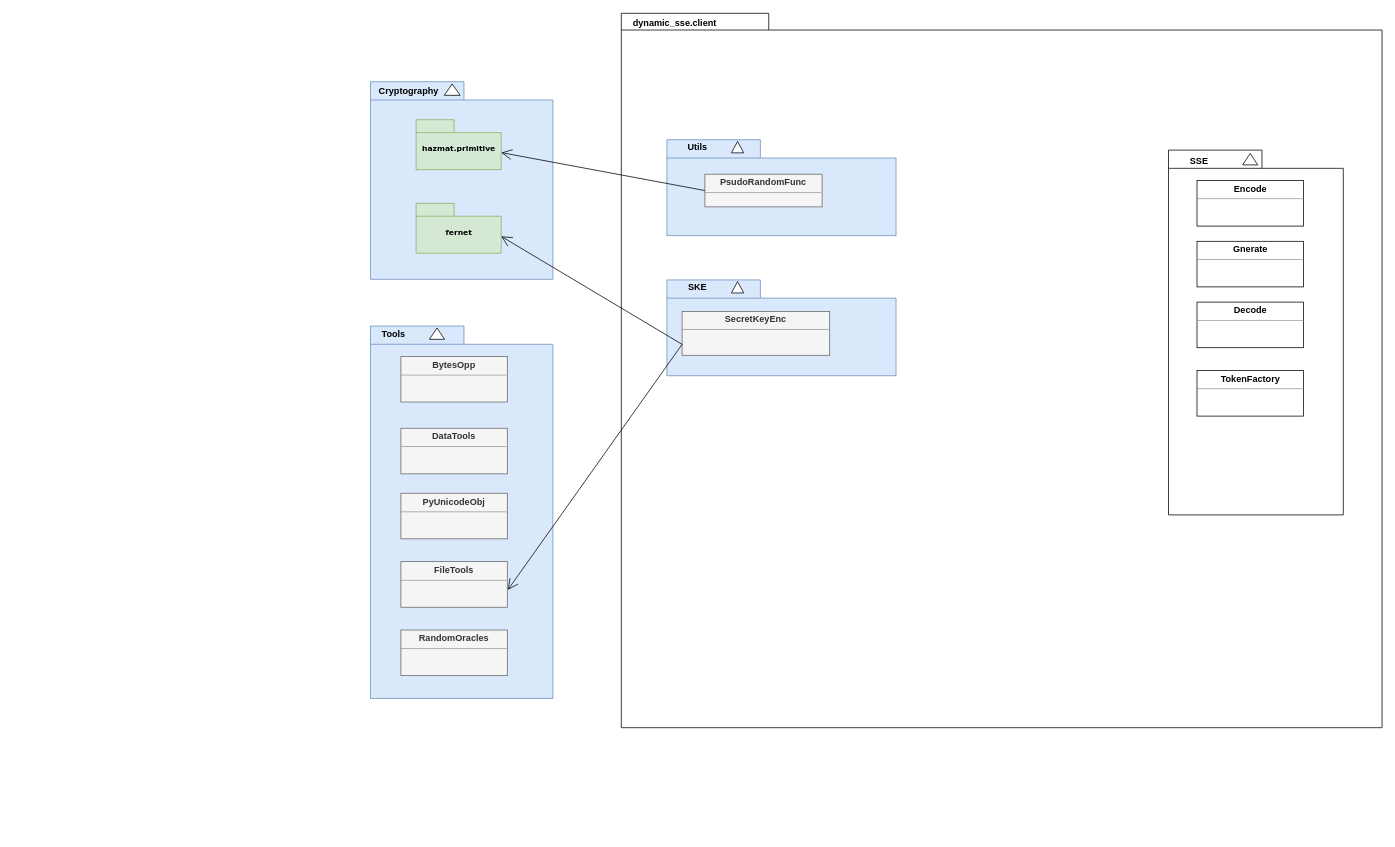
Before: diagrams/structural/client_package.drawio in thisisel/dynamic-sse, a draw.io diagram. Source tidied: cells renumbered, new cells numbered last; positions are measured from the earlier drawing's top-left corner, leaving out a move shared by most shapes. Both pictures are drawn from the tidied source at 76%, with x=0, y=0 at pixel (363, 13).
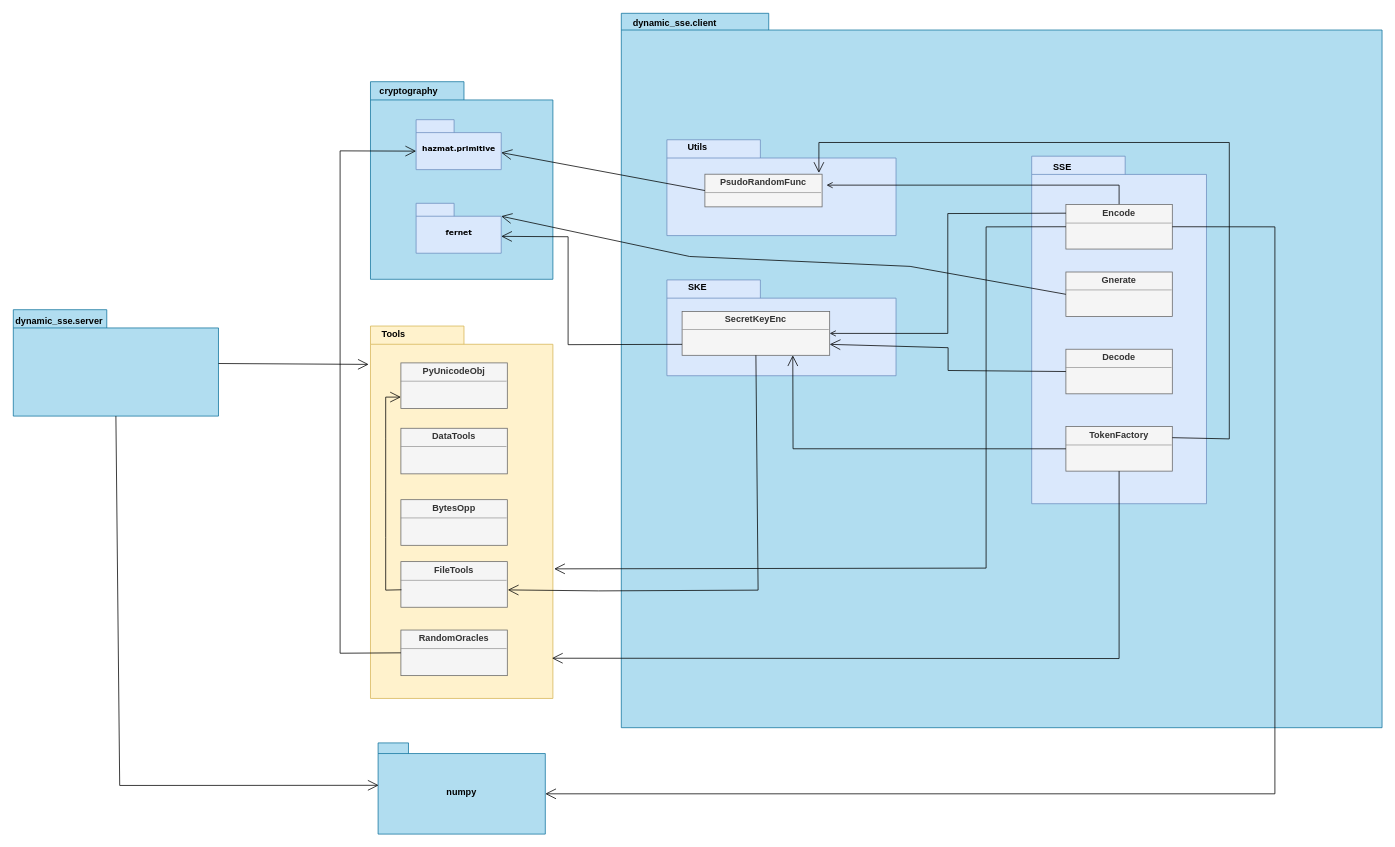
The same page after the edit.

Unchanged cells that the change refers to:
```xml
<mxCell id="2" style="group;" parent="1" vertex="1">
  <mxGeometry y="90" width="280" height="260" as="geometry" />
</mxCell>
<mxCell id="9" style="group;" parent="8" vertex="1">
  <mxGeometry width="301.5" height="126.9" as="geometry" />
</mxCell>
<mxCell id="25" style="group;" parent="1" vertex="1">
  <mxGeometry x="400" y="350" width="301.5" height="126.9" as="geometry" />
</mxCell>
<mxCell id="28" value="&lt;p style=&quot;margin:0px;margin-top:4px;text-align:center;&quot;&gt;&lt;b&gt;SecretKeyEnc&lt;/b&gt;&lt;/p&gt;&lt;hr size=&quot;1&quot;&gt;&lt;p style=&quot;margin:0px;margin-left:4px;&quot;&gt;&lt;/p&gt;&lt;p style=&quot;margin:0px;margin-left:4px;&quot;&gt;&lt;br&gt;&lt;/p&gt;" style="verticalAlign=top;align=left;overflow=fill;fontSize=12;fontFamily=Helvetica;html=1;whiteSpace=wrap;fillColor=#f5f5f5;fontColor=#333333;strokeColor=#666666;" parent="25" vertex="1">
  <mxGeometry x="20" y="42.4" width="194.2" height="57.6" as="geometry" />
</mxCell>
<mxCell id="37" value="&lt;p style=&quot;margin:0px;margin-top:4px;text-align:center;&quot;&gt;&lt;b&gt;FileTools&lt;/b&gt;&lt;/p&gt;&lt;hr size=&quot;1&quot;&gt;&lt;div style=&quot;height:2px;&quot;&gt;&lt;/div&gt;" style="verticalAlign=top;align=left;overflow=fill;fontSize=12;fontFamily=Helvetica;html=1;whiteSpace=wrap;fillColor=#f5f5f5;fontColor=#333333;strokeColor=#666666;" parent="1" vertex="1">
  <mxGeometry x="50" y="721.5" width="140" height="60" as="geometry" />
</mxCell>
<mxCell id="38" value="&lt;p style=&quot;margin:0px;margin-top:4px;text-align:center;&quot;&gt;&lt;b&gt;RandomOracles&lt;/b&gt;&lt;/p&gt;&lt;hr size=&quot;1&quot;&gt;&lt;div style=&quot;height:2px;&quot;&gt;&lt;/div&gt;" style="verticalAlign=top;align=left;overflow=fill;fontSize=12;fontFamily=Helvetica;html=1;whiteSpace=wrap;fillColor=#f5f5f5;fontColor=#333333;strokeColor=#666666;" parent="1" vertex="1">
  <mxGeometry x="50" y="811.5" width="140" height="60" as="geometry" />
</mxCell>
```

Diff of the diagram source:
```diff
@@
+    <mxCell id="15" style="shape=folder;fontStyle=1;spacingTop=10;tabWidth=194;tabHeight=22;tabPosition=left;html=1;rounded=0;shadow=0;comic=0;labelBackgroundColor=none;strokeWidth=1;fillColor=#b1ddf0;fontFamily=Verdana;fontSize=10;align=center;strokeColor=#10739e;" parent="1" vertex="1">
+      <mxGeometry x="340" width="1001" height="940" as="geometry" />
+    </mxCell>
@@
-    <mxCell id="3" style="shape=folder;fontStyle=1;spacingTop=10;tabWidth=123;tabHeight=24;tabPosition=left;html=1;rounded=0;shadow=0;comic=0;labelBackgroundColor=none;strokeWidth=1;fontFamily=Verdana;fontSize=10;align=center;fillColor=#dae8fc;strokeColor=#6c8ebf;" parent="2" vertex="1">
+    <mxCell id="3" style="shape=folder;fontStyle=1;spacingTop=10;tabWidth=123;tabHeight=24;tabPosition=left;html=1;rounded=0;shadow=0;comic=0;labelBackgroundColor=none;strokeWidth=1;fontFamily=Verdana;fontSize=10;align=center;fillColor=#b1ddf0;strokeColor=#10739e;" parent="2" vertex="1">
       <mxGeometry x="10" width="240" height="260" as="geometry" />
     </mxCell>
-    <mxCell id="4" style="triangle;whiteSpace=wrap;html=1;rounded=0;shadow=0;comic=0;labelBackgroundColor=none;strokeWidth=1;fontFamily=Verdana;fontSize=10;align=center;rotation=-90;" parent="2" vertex="1">
-      <mxGeometry x="110" width="15" height="20.9" as="geometry" />
-    </mxCell>
-    <mxCell id="5" value="hazmat.primitive" style="shape=folder;fontStyle=1;spacingTop=10;tabWidth=50;tabHeight=17;tabPosition=left;html=1;rounded=0;shadow=0;comic=0;labelBackgroundColor=none;strokeWidth=1;fontFamily=Verdana;fontSize=10;align=center;fillColor=#d5e8d4;strokeColor=#82b366;" parent="2" vertex="1">
+    <mxCell id="5" value="hazmat.primitive" style="shape=folder;fontStyle=1;spacingTop=10;tabWidth=50;tabHeight=17;tabPosition=left;html=1;rounded=0;shadow=0;comic=0;labelBackgroundColor=none;strokeWidth=1;fontFamily=Verdana;fontSize=10;align=center;fillColor=#dae8fc;strokeColor=#6c8ebf;" parent="2" vertex="1">
       <mxGeometry x="70" y="50" width="112" height="65.7" as="geometry" />
     </mxCell>
-    <mxCell id="6" value="fernet" style="shape=folder;fontStyle=1;spacingTop=10;tabWidth=50;tabHeight=17;tabPosition=left;html=1;rounded=0;shadow=0;comic=0;labelBackgroundColor=none;strokeWidth=1;fontFamily=Verdana;fontSize=10;align=center;fillColor=#d5e8d4;strokeColor=#82b366;" parent="2" vertex="1">
+    <mxCell id="6" value="fernet" style="shape=folder;fontStyle=1;spacingTop=10;tabWidth=50;tabHeight=17;tabPosition=left;html=1;rounded=0;shadow=0;comic=0;labelBackgroundColor=none;strokeWidth=1;fontFamily=Verdana;fontSize=10;align=center;fillColor=#dae8fc;strokeColor=#6c8ebf;" parent="2" vertex="1">
       <mxGeometry x="70" y="160" width="112" height="65.7" as="geometry" />
     </mxCell>
-    <mxCell id="7" value="Cryptography" style="text;align=center;fontStyle=1;verticalAlign=middle;spacingLeft=3;spacingRight=3;strokeColor=none;html=1;" parent="2" vertex="1">
+    <mxCell id="7" value="cryptography" style="text;align=center;fontStyle=1;verticalAlign=middle;spacingLeft=3;spacingRight=3;strokeColor=none;html=1;" parent="2" vertex="1">
       <mxGeometry x="20" width="80" height="26" as="geometry" />
     </mxCell>
@@
-    <mxCell id="11" style="triangle;whiteSpace=wrap;html=1;rounded=0;shadow=0;comic=0;labelBackgroundColor=none;strokeWidth=1;fontFamily=Verdana;fontSize=10;align=center;rotation=-90;" parent="9" vertex="1">
-      <mxGeometry x="85.5" y="2.4" width="15" height="16.2" as="geometry" />
-    </mxCell>
@@
-    <mxCell id="14" style="shape=folder;fontStyle=1;spacingTop=10;tabWidth=123;tabHeight=24;tabPosition=left;html=1;rounded=0;shadow=0;comic=0;labelBackgroundColor=none;strokeColor=#6c8ebf;strokeWidth=1;fillColor=#dae8fc;fontFamily=Verdana;fontSize=10;align=center;" parent="1" vertex="1">
+    <mxCell id="14" style="shape=folder;fontStyle=1;spacingTop=10;tabWidth=123;tabHeight=24;tabPosition=left;html=1;rounded=0;shadow=0;comic=0;labelBackgroundColor=none;strokeColor=#d6b656;strokeWidth=1;fillColor=#fff2cc;fontFamily=Verdana;fontSize=10;align=center;" parent="1" vertex="1">
       <mxGeometry x="10" y="411.5" width="240" height="490" as="geometry" />
     </mxCell>
-    <mxCell id="15" style="shape=folder;fontStyle=1;spacingTop=10;tabWidth=194;tabHeight=22;tabPosition=left;html=1;rounded=0;shadow=0;comic=0;labelBackgroundColor=none;strokeWidth=1;fillColor=none;fontFamily=Verdana;fontSize=10;align=center;" parent="1" vertex="1">
-      <mxGeometry x="340" width="1001" height="940" as="geometry" />
-    </mxCell>
     <mxCell id="16" style="group;" parent="1" vertex="1">
-      <mxGeometry x="1060" y="180" width="230" height="480" as="geometry" />
+      <mxGeometry x="880" y="188" width="230" height="470" as="geometry" />
     </mxCell>
-    <mxCell id="17" style="shape=folder;fontStyle=1;spacingTop=10;tabWidth=123;tabHeight=24;tabPosition=left;html=1;rounded=0;shadow=0;comic=0;labelBackgroundColor=none;strokeWidth=1;fontFamily=Verdana;fontSize=10;align=center;" parent="16" vertex="1">
-      <mxGeometry width="230" height="480" as="geometry" />
+    <mxCell id="17" style="shape=folder;fontStyle=1;spacingTop=10;tabWidth=123;tabHeight=24;tabPosition=left;html=1;rounded=0;shadow=0;comic=0;labelBackgroundColor=none;strokeWidth=1;fontFamily=Verdana;fontSize=10;align=center;fillColor=#dae8fc;strokeColor=#6c8ebf;" parent="16" vertex="1">
+      <mxGeometry width="230" height="457.3" as="geometry" />
     </mxCell>
-    <mxCell id="18" style="triangle;whiteSpace=wrap;html=1;rounded=0;shadow=0;comic=0;labelBackgroundColor=none;strokeWidth=1;fontFamily=Verdana;fontSize=10;align=center;rotation=-90;" parent="16" vertex="1">
-      <mxGeometry x="100" y="2" width="15" height="20" as="geometry" />
-    </mxCell>
+    <mxCell id="41" style="edgeStyle=orthogonalEdgeStyle;rounded=0;jettySize=auto;html=1;endArrow=open;endFill=0;" parent="16" edge="1" source="19">
+      <mxGeometry relative="1" as="geometry">
+        <mxPoint x="-270" y="38.1" as="targetPoint" />
+        <Array as="points">
+          <mxPoint x="115" y="38.1" />
+        </Array>
+      </mxGeometry>
+    </mxCell>
-    <mxCell id="19" value="&lt;p style=&quot;margin:0px;margin-top:4px;text-align:center;&quot;&gt;&lt;b&gt;Encode&lt;/b&gt;&lt;/p&gt;&lt;hr size=&quot;1&quot;&gt;&lt;div style=&quot;height:2px;&quot;&gt;&lt;/div&gt;" style="verticalAlign=top;align=left;overflow=fill;fontSize=12;fontFamily=Helvetica;html=1;whiteSpace=wrap;" parent="16" vertex="1">
-      <mxGeometry x="37.5" y="40" width="140" height="60" as="geometry" />
+    <mxCell id="19" value="&lt;p style=&quot;margin:0px;margin-top:4px;text-align:center;&quot;&gt;&lt;b&gt;Encode&lt;/b&gt;&lt;/p&gt;&lt;hr size=&quot;1&quot;&gt;&lt;div style=&quot;height:2px;&quot;&gt;&lt;/div&gt;" style="verticalAlign=top;align=left;overflow=fill;fontSize=12;fontFamily=Helvetica;html=1;whiteSpace=wrap;fillColor=#f5f5f5;fontColor=#333333;strokeColor=#666666;" parent="16" vertex="1">
+      <mxGeometry x="45" y="63.5" width="140" height="58.7" as="geometry" />
     </mxCell>
-    <mxCell id="20" value="&lt;p style=&quot;margin:0px;margin-top:4px;text-align:center;&quot;&gt;&lt;b&gt;Gnerate&lt;/b&gt;&lt;/p&gt;&lt;hr size=&quot;1&quot;&gt;&lt;div style=&quot;height:2px;&quot;&gt;&lt;/div&gt;" style="verticalAlign=top;align=left;overflow=fill;fontSize=12;fontFamily=Helvetica;html=1;whiteSpace=wrap;" parent="16" vertex="1">
-      <mxGeometry x="37.5" y="120" width="140" height="60" as="geometry" />
+    <mxCell id="20" value="&lt;p style=&quot;margin:0px;margin-top:4px;text-align:center;&quot;&gt;&lt;b&gt;Gnerate&lt;/b&gt;&lt;/p&gt;&lt;hr size=&quot;1&quot;&gt;&lt;div style=&quot;height:2px;&quot;&gt;&lt;/div&gt;" style="verticalAlign=top;align=left;overflow=fill;fontSize=12;fontFamily=Helvetica;html=1;whiteSpace=wrap;fillColor=#f5f5f5;fontColor=#333333;strokeColor=#666666;" parent="16" vertex="1">
+      <mxGeometry x="45" y="152.4" width="140" height="58.7" as="geometry" />
     </mxCell>
-    <mxCell id="21" value="&lt;p style=&quot;margin:0px;margin-top:4px;text-align:center;&quot;&gt;&lt;b&gt;Decode&lt;/b&gt;&lt;/p&gt;&lt;hr size=&quot;1&quot;&gt;&lt;div style=&quot;height:2px;&quot;&gt;&lt;/div&gt;" style="verticalAlign=top;align=left;overflow=fill;fontSize=12;fontFamily=Helvetica;html=1;whiteSpace=wrap;" parent="16" vertex="1">
-      <mxGeometry x="37.5" y="200" width="140" height="60" as="geometry" />
+    <mxCell id="21" value="&lt;p style=&quot;margin:0px;margin-top:4px;text-align:center;&quot;&gt;&lt;b&gt;Decode&lt;/b&gt;&lt;/p&gt;&lt;hr size=&quot;1&quot;&gt;&lt;div style=&quot;height:2px;&quot;&gt;&lt;/div&gt;" style="verticalAlign=top;align=left;overflow=fill;fontSize=12;fontFamily=Helvetica;html=1;whiteSpace=wrap;fillColor=#f5f5f5;fontColor=#333333;strokeColor=#666666;" parent="16" vertex="1">
+      <mxGeometry x="45" y="254" width="140" height="58.7" as="geometry" />
     </mxCell>
-    <mxCell id="22" value="&lt;p style=&quot;margin:0px;margin-top:4px;text-align:center;&quot;&gt;&lt;b&gt;TokenFactory&lt;/b&gt;&lt;/p&gt;&lt;hr size=&quot;1&quot;&gt;&lt;div style=&quot;height:2px;&quot;&gt;&lt;/div&gt;" style="verticalAlign=top;align=left;overflow=fill;fontSize=12;fontFamily=Helvetica;html=1;whiteSpace=wrap;" parent="16" vertex="1">
-      <mxGeometry x="37.5" y="290" width="140" height="60" as="geometry" />
+    <mxCell id="22" value="&lt;p style=&quot;margin:0px;margin-top:4px;text-align:center;&quot;&gt;&lt;b&gt;TokenFactory&lt;/b&gt;&lt;/p&gt;&lt;hr size=&quot;1&quot;&gt;&lt;div style=&quot;height:2px;&quot;&gt;&lt;/div&gt;" style="verticalAlign=top;align=left;overflow=fill;fontSize=12;fontFamily=Helvetica;html=1;whiteSpace=wrap;fillColor=#f5f5f5;fontColor=#333333;strokeColor=#666666;" parent="16" vertex="1">
+      <mxGeometry x="45" y="355.7" width="140" height="58.7" as="geometry" />
     </mxCell>
     <mxCell id="23" value="SSE" style="text;align=center;fontStyle=1;verticalAlign=middle;spacingLeft=3;spacingRight=3;strokeColor=none;html=1;" parent="16" vertex="1">
-      <mxGeometry y="2" width="80" height="26" as="geometry" />
+      <mxGeometry y="2" width="80" height="25.5" as="geometry" />
     </mxCell>
@@
-    <mxCell id="27" style="triangle;whiteSpace=wrap;html=1;rounded=0;shadow=0;comic=0;labelBackgroundColor=none;strokeWidth=1;fontFamily=Verdana;fontSize=10;align=center;rotation=-90;" parent="25" vertex="1">
-      <mxGeometry x="85.5" y="2.4" width="15" height="16.2" as="geometry" />
-    </mxCell>
@@
     <mxCell id="31" style="endArrow=open;endFill=1;endSize=12;html=1;rounded=0;exitX=0;exitY=0.75;exitDx=0;exitDy=0;entryX=0;entryY=0;entryDx=112;entryDy=43.5;entryPerimeter=0;" parent="1" edge="1" source="28" target="6">
-      <mxGeometry relative="1" as="geometry" />
+      <mxGeometry relative="1" as="geometry">
+        <Array as="points">
+          <mxPoint x="270" y="436" />
+          <mxPoint x="270" y="294" />
+        </Array>
+      </mxGeometry>
     </mxCell>
-    <mxCell id="32" style="endArrow=open;endFill=1;endSize=12;html=1;rounded=0;exitX=0;exitY=0.75;exitDx=0;exitDy=0;entryX=1.005;entryY=0.62;entryDx=0;entryDy=0;entryPerimeter=0;" parent="1" edge="1" source="28" target="37">
-      <mxGeometry relative="1" as="geometry" />
+    <mxCell id="32" style="endArrow=open;endFill=1;endSize=12;html=1;rounded=0;exitX=0.5;exitY=1;exitDx=0;exitDy=0;entryX=1.005;entryY=0.62;entryDx=0;entryDy=0;entryPerimeter=0;" parent="1" edge="1" source="28" target="37">
+      <mxGeometry relative="1" as="geometry">
+        <Array as="points">
+          <mxPoint x="520" y="759" />
+          <mxPoint x="310" y="760" />
+        </Array>
+      </mxGeometry>
     </mxCell>
-    <mxCell id="33" style="triangle;whiteSpace=wrap;html=1;rounded=0;shadow=0;comic=0;labelBackgroundColor=none;strokeColor=#000000;strokeWidth=1;fillColor=#ffffff;fontFamily=Verdana;fontSize=10;fontColor=#000000;align=center;rotation=-90;" parent="1" vertex="1">
-      <mxGeometry x="90" y="411.5" width="15" height="20" as="geometry" />
-    </mxCell>
@@
     <mxCell id="35" value="&lt;p style=&quot;margin:0px;margin-top:4px;text-align:center;&quot;&gt;&lt;b&gt;BytesOpp&lt;/b&gt;&lt;/p&gt;&lt;hr size=&quot;1&quot;&gt;&lt;div style=&quot;height:2px;&quot;&gt;&lt;/div&gt;" style="verticalAlign=top;align=left;overflow=fill;fontSize=12;fontFamily=Helvetica;html=1;whiteSpace=wrap;fillColor=#f5f5f5;fontColor=#333333;strokeColor=#666666;" parent="1" vertex="1">
-      <mxGeometry x="50" y="451.5" width="140" height="60" as="geometry" />
+      <mxGeometry x="50" y="640" width="140" height="60" as="geometry" />
     </mxCell>
@@
     <mxCell id="39" value="&lt;p style=&quot;margin:0px;margin-top:4px;text-align:center;&quot;&gt;&lt;b&gt;PyUnicodeObj&lt;/b&gt;&lt;/p&gt;&lt;hr size=&quot;1&quot;&gt;&lt;div style=&quot;height:2px;&quot;&gt;&lt;/div&gt;" style="verticalAlign=top;align=left;overflow=fill;fontSize=12;fontFamily=Helvetica;html=1;whiteSpace=wrap;fillColor=#f5f5f5;fontColor=#333333;strokeColor=#666666;" parent="1" vertex="1">
-      <mxGeometry x="50" y="631.5" width="140" height="60" as="geometry" />
+      <mxGeometry x="50" y="460" width="140" height="60" as="geometry" />
     </mxCell>
@@
+    <mxCell id="42" style="endArrow=open;endFill=1;endSize=12;html=1;rounded=0;exitX=0.005;exitY=0.617;exitDx=0;exitDy=0;exitPerimeter=0;entryX=0;entryY=0.75;entryDx=0;entryDy=0;" parent="1" edge="1" source="37" target="39">
+      <mxGeometry relative="1" as="geometry">
+        <Array as="points">
+          <mxPoint x="30" y="759" />
+          <mxPoint x="30" y="690" />
+          <mxPoint x="30" y="630" />
+          <mxPoint x="30" y="560" />
+          <mxPoint x="30" y="505" />
+        </Array>
+      </mxGeometry>
+    </mxCell>
+    <mxCell id="43" style="edgeStyle=orthogonalEdgeStyle;rounded=0;jettySize=auto;html=1;entryX=1;entryY=0.5;entryDx=0;entryDy=0;endArrow=open;endFill=0;" parent="1" edge="1" target="28">
+      <mxGeometry relative="1" as="geometry">
+        <mxPoint x="925" y="263" as="sourcePoint" />
+      </mxGeometry>
+    </mxCell>
+    <mxCell id="44" style="endArrow=open;endFill=1;endSize=12;html=1;rounded=0;exitX=0;exitY=0.5;exitDx=0;exitDy=0;entryX=1.007;entryY=0.652;entryDx=0;entryDy=0;entryPerimeter=0;" parent="1" edge="1" source="19" target="14">
+      <mxGeometry relative="1" as="geometry">
+        <Array as="points">
+          <mxPoint x="820" y="281" />
+          <mxPoint x="820" y="730" />
+        </Array>
+      </mxGeometry>
+    </mxCell>
+    <mxCell id="45" style="endArrow=open;endFill=1;endSize=12;html=1;rounded=0;exitX=0;exitY=0.5;exitDx=0;exitDy=0;entryX=0;entryY=0;entryDx=111.99999999999999;entryDy=17;entryPerimeter=0;" parent="1" edge="1" source="20" target="6">
+      <mxGeometry relative="1" as="geometry">
+        <Array as="points">
+          <mxPoint x="720" y="333" />
+          <mxPoint x="430" y="320" />
+        </Array>
+      </mxGeometry>
+    </mxCell>
+    <mxCell id="46" style="endArrow=open;endFill=1;endSize=12;html=1;rounded=0;exitX=0;exitY=0.5;exitDx=0;exitDy=0;entryX=1;entryY=0.75;entryDx=0;entryDy=0;" parent="1" edge="1" source="21" target="28">
+      <mxGeometry relative="1" as="geometry">
+        <Array as="points">
+          <mxPoint x="770" y="470" />
+          <mxPoint x="770" y="440" />
+        </Array>
+      </mxGeometry>
+    </mxCell>
+    <mxCell id="47" style="endArrow=open;endFill=1;endSize=12;html=1;rounded=0;exitX=1;exitY=0.25;exitDx=0;exitDy=0;" parent="1" edge="1" source="22">
+      <mxGeometry relative="1" as="geometry">
+        <mxPoint x="600" y="210" as="targetPoint" />
+        <Array as="points">
+          <mxPoint x="1140" y="560" />
+          <mxPoint x="1140" y="170" />
+          <mxPoint x="600" y="170" />
+        </Array>
+      </mxGeometry>
+    </mxCell>
+    <mxCell id="48" style="endArrow=open;endFill=1;endSize=12;html=1;rounded=0;exitX=0;exitY=0.5;exitDx=0;exitDy=0;entryX=0.75;entryY=1;entryDx=0;entryDy=0;" parent="1" edge="1" source="22" target="28">
+      <mxGeometry relative="1" as="geometry">
+        <Array as="points">
+          <mxPoint x="566" y="573" />
+        </Array>
+      </mxGeometry>
+    </mxCell>
+    <mxCell id="49" style="endArrow=open;endFill=1;endSize=12;html=1;rounded=0;exitX=0.5;exitY=1;exitDx=0;exitDy=0;entryX=0.995;entryY=0.892;entryDx=0;entryDy=0;entryPerimeter=0;" parent="1" edge="1" source="22" target="14">
+      <mxGeometry relative="1" as="geometry">
+        <Array as="points">
+          <mxPoint x="995" y="849" />
+        </Array>
+      </mxGeometry>
+    </mxCell>
+    <mxCell id="50" style="endArrow=open;endFill=1;endSize=12;html=1;rounded=0;exitX=0;exitY=0.5;exitDx=0;exitDy=0;entryX=0;entryY=0;entryDx=0;entryDy=41.355;entryPerimeter=0;" parent="1" edge="1" source="38" target="5">
+      <mxGeometry relative="1" as="geometry">
+        <Array as="points">
+          <mxPoint x="-30" y="842" />
+          <mxPoint x="-30" y="181" />
+        </Array>
+      </mxGeometry>
+    </mxCell>
+    <mxCell id="51" style="group;" parent="1" vertex="1">
+      <mxGeometry x="-460" y="390" width="270" height="140" as="geometry" />
+    </mxCell>
+    <mxCell id="52" style="group;" parent="51" vertex="1">
+      <mxGeometry width="270" height="140" as="geometry" />
+    </mxCell>
+    <mxCell id="53" style="shape=folder;fontStyle=1;spacingTop=10;tabWidth=123;tabHeight=24;tabPosition=left;html=1;rounded=0;shadow=0;comic=0;labelBackgroundColor=none;strokeWidth=1;fontFamily=Verdana;fontSize=10;align=center;fillColor=#b1ddf0;strokeColor=#10739e;" parent="52" vertex="1">
+      <mxGeometry width="270" height="140" as="geometry" />
+    </mxCell>
+    <mxCell id="54" value="dynamic_sse.server" style="text;align=center;fontStyle=1;verticalAlign=middle;spacingLeft=3;spacingRight=3;strokeColor=none;html=1;" parent="52" vertex="1">
+      <mxGeometry x="10" y="2.4" width="100" height="26" as="geometry" />
+    </mxCell>
+    <mxCell id="55" style="endArrow=open;endFill=1;endSize=12;html=1;rounded=0;entryX=-0.01;entryY=0.103;entryDx=0;entryDy=0;entryPerimeter=0;" parent="1" edge="1" source="53" target="14">
+      <mxGeometry relative="1" as="geometry" />
+    </mxCell>
+    <mxCell id="56" value="numpy" style="shape=folder;fontStyle=1;spacingTop=10;tabWidth=40;tabHeight=14;tabPosition=left;html=1;whiteSpace=wrap;fillColor=#b1ddf0;strokeColor=#10739e;" parent="1" vertex="1">
+      <mxGeometry x="20" y="960" width="220" height="120" as="geometry" />
+    </mxCell>
+    <mxCell id="57" style="endArrow=open;endFill=1;endSize=12;html=1;rounded=0;exitX=0.5;exitY=1;exitDx=0;exitDy=0;exitPerimeter=0;entryX=0.003;entryY=0.465;entryDx=0;entryDy=0;entryPerimeter=0;" parent="1" edge="1" source="53" target="56">
+      <mxGeometry relative="1" as="geometry">
+        <Array as="points">
+          <mxPoint x="-320" y="1016" />
+        </Array>
+      </mxGeometry>
+    </mxCell>
+    <mxCell id="58" style="endArrow=open;endFill=1;endSize=12;html=1;rounded=0;exitX=1;exitY=0.5;exitDx=0;exitDy=0;entryX=0;entryY=0;entryDx=220;entryDy=67;entryPerimeter=0;" parent="1" edge="1" source="19" target="56">
+      <mxGeometry relative="1" as="geometry">
+        <Array as="points">
+          <mxPoint x="1200" y="281" />
+          <mxPoint x="1200" y="1027" />
+        </Array>
+      </mxGeometry>
+    </mxCell>
```
